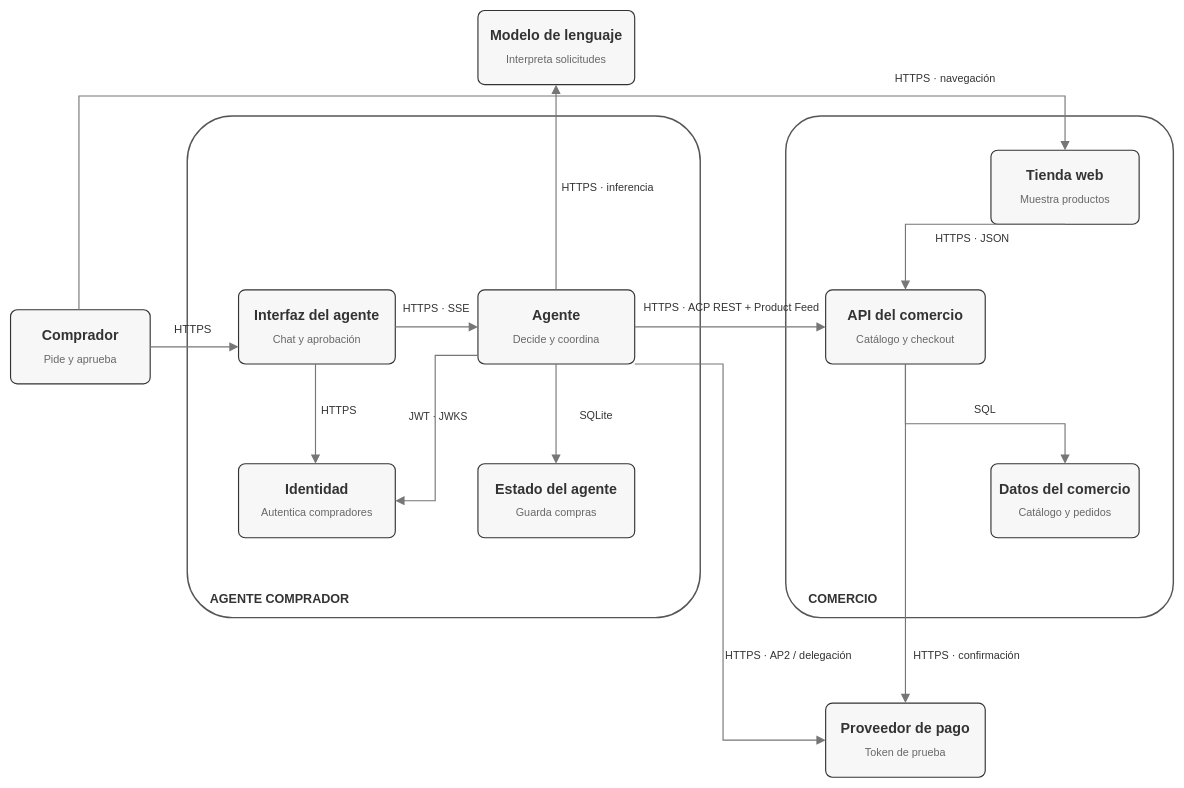
The draw.io diagram docs/diagrams/agent-architecture-c4.drawio in Tesis-Agentes-Comerciales/tesis-commerce-agent, before the edit. Source tidied: cells renumbered, new cells numbered last; positions are measured from the earlier drawing's top-left corner, leaving out a move shared by most shapes. Both pictures are drawn from the tidied source at 57%, with x=0, y=0 at pixel (10, 10).
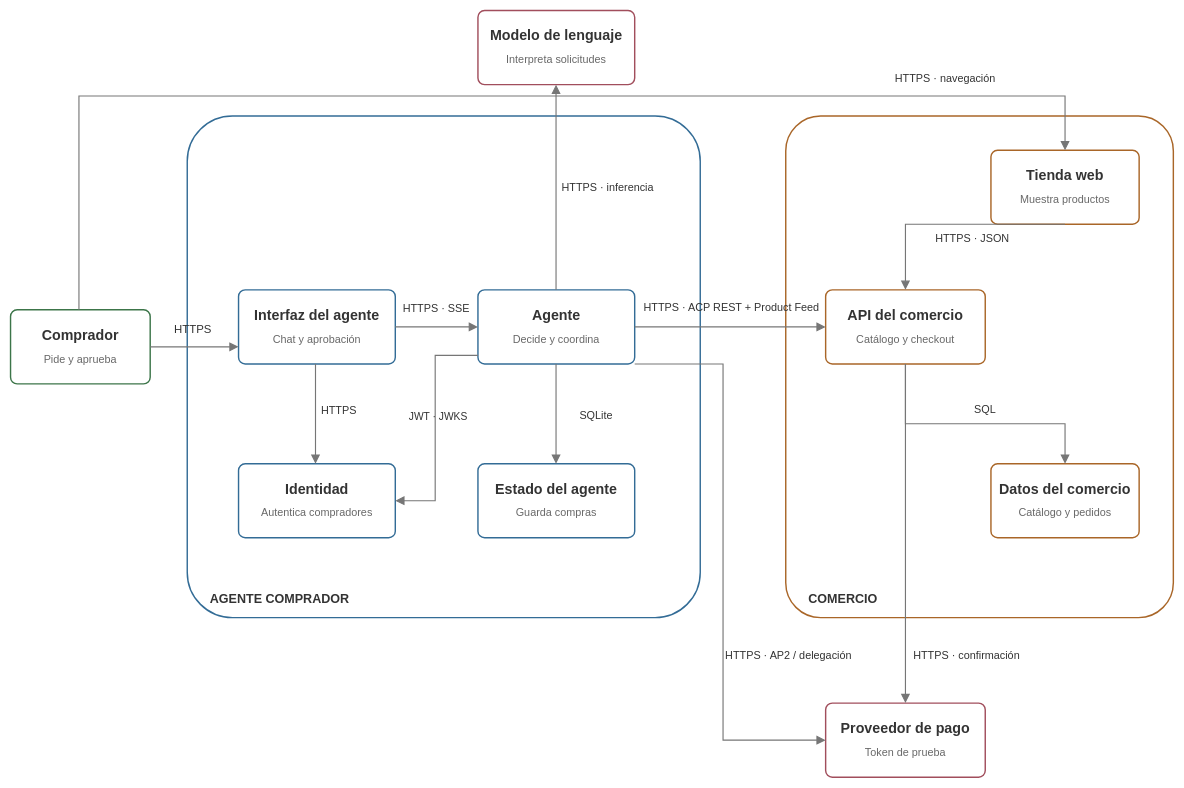
After the change.

Commit message (it also covers changes not shown here):
docs: add semantic outlines to architecture and state diagrams

Diff of the diagram source:
```diff
@@
-    <mxCell id="2" style="rounded=1;arcSize=9;whiteSpace=wrap;html=1;fillColor=#FFFFFF;strokeColor=#555555;strokeWidth=2.5;" parent="1" vertex="1">
+    <mxCell id="2" style="rounded=1;arcSize=9;whiteSpace=wrap;html=1;fillColor=#FFFFFF;strokeColor=#336C96;strokeWidth=2.5;" parent="1" vertex="1">
       <mxGeometry x="310" y="185" width="900" height="880" as="geometry" />
     </mxCell>
@@
-    <mxCell id="4" style="rounded=1;arcSize=9;whiteSpace=wrap;html=1;fillColor=#FFFFFF;strokeColor=#555555;strokeWidth=2.5;" parent="1" vertex="1">
+    <mxCell id="4" style="rounded=1;arcSize=9;whiteSpace=wrap;html=1;fillColor=#FFFFFF;strokeColor=#A96628;strokeWidth=2.5;" parent="1" vertex="1">
       <mxGeometry x="1360" y="185" width="680" height="880" as="geometry" />
     </mxCell>
@@
-    <mxCell id="6" style="rounded=1;arcSize=9;whiteSpace=wrap;html=1;fillColor=#F7F7F7;strokeColor=#333333;strokeWidth=2;" parent="1" vertex="1">
+    <mxCell id="6" style="rounded=1;arcSize=9;whiteSpace=wrap;html=1;fillColor=#FFFFFF;strokeColor=#3C7549;strokeWidth=2.5;" parent="1" vertex="1">
       <mxGeometry y="525" width="245" height="130" as="geometry" />
     </mxCell>
@@
-    <mxCell id="9" style="rounded=1;arcSize=9;whiteSpace=wrap;html=1;fillColor=#F7F7F7;strokeColor=#333333;strokeWidth=2;" parent="1" vertex="1">
+    <mxCell id="9" style="rounded=1;arcSize=9;whiteSpace=wrap;html=1;fillColor=#FFFFFF;strokeColor=#336C96;strokeWidth=2.5;" parent="1" vertex="1">
       <mxGeometry x="400" y="490" width="275" height="130" as="geometry" />
     </mxCell>
@@
-    <mxCell id="12" style="rounded=1;arcSize=9;whiteSpace=wrap;html=1;fillColor=#F7F7F7;strokeColor=#333333;strokeWidth=2;" parent="1" vertex="1">
+    <mxCell id="12" style="rounded=1;arcSize=9;whiteSpace=wrap;html=1;fillColor=#FFFFFF;strokeColor=#336C96;strokeWidth=2.5;" parent="1" vertex="1">
       <mxGeometry x="820" y="490" width="275" height="130" as="geometry" />
     </mxCell>
@@
-    <mxCell id="15" style="rounded=1;arcSize=9;whiteSpace=wrap;html=1;fillColor=#F7F7F7;strokeColor=#333333;strokeWidth=2;" parent="1" vertex="1">
+    <mxCell id="15" style="rounded=1;arcSize=9;whiteSpace=wrap;html=1;fillColor=#FFFFFF;strokeColor=#336C96;strokeWidth=2.5;" parent="1" vertex="1">
       <mxGeometry x="400" y="795" width="275" height="130" as="geometry" />
     </mxCell>
@@
-    <mxCell id="18" style="rounded=1;arcSize=9;whiteSpace=wrap;html=1;fillColor=#F7F7F7;strokeColor=#333333;strokeWidth=2;" parent="1" vertex="1">
+    <mxCell id="18" style="rounded=1;arcSize=9;whiteSpace=wrap;html=1;fillColor=#FFFFFF;strokeColor=#336C96;strokeWidth=2.5;" parent="1" vertex="1">
       <mxGeometry x="820" y="795" width="275" height="130" as="geometry" />
     </mxCell>
@@
-    <mxCell id="21" style="rounded=1;arcSize=9;whiteSpace=wrap;html=1;fillColor=#F7F7F7;strokeColor=#333333;strokeWidth=2;" parent="1" vertex="1">
+    <mxCell id="21" style="rounded=1;arcSize=9;whiteSpace=wrap;html=1;fillColor=#FFFFFF;strokeColor=#A96628;strokeWidth=2.5;" parent="1" vertex="1">
       <mxGeometry x="1430" y="490" width="280" height="130" as="geometry" />
     </mxCell>
@@
-    <mxCell id="24" style="rounded=1;arcSize=9;whiteSpace=wrap;html=1;fillColor=#F7F7F7;strokeColor=#333333;strokeWidth=2;" parent="1" vertex="1">
+    <mxCell id="24" style="rounded=1;arcSize=9;whiteSpace=wrap;html=1;fillColor=#FFFFFF;strokeColor=#A96628;strokeWidth=2.5;" parent="1" vertex="1">
       <mxGeometry x="1720" y="245" width="260" height="130" as="geometry" />
     </mxCell>
@@
-    <mxCell id="27" style="rounded=1;arcSize=9;whiteSpace=wrap;html=1;fillColor=#F7F7F7;strokeColor=#333333;strokeWidth=2;" parent="1" vertex="1">
+    <mxCell id="27" style="rounded=1;arcSize=9;whiteSpace=wrap;html=1;fillColor=#FFFFFF;strokeColor=#A96628;strokeWidth=2.5;" parent="1" vertex="1">
       <mxGeometry x="1720" y="795" width="260" height="130" as="geometry" />
     </mxCell>
@@
-    <mxCell id="30" style="rounded=1;arcSize=9;whiteSpace=wrap;html=1;fillColor=#F7F7F7;strokeColor=#333333;strokeWidth=2;" parent="1" vertex="1">
+    <mxCell id="30" style="rounded=1;arcSize=9;whiteSpace=wrap;html=1;fillColor=#FFFFFF;strokeColor=#A14E5C;strokeWidth=2.5;" parent="1" vertex="1">
       <mxGeometry x="820" width="275" height="130" as="geometry" />
     </mxCell>
@@
-    <mxCell id="33" style="rounded=1;arcSize=9;whiteSpace=wrap;html=1;fillColor=#F7F7F7;strokeColor=#333333;strokeWidth=2;" parent="1" vertex="1">
+    <mxCell id="33" style="rounded=1;arcSize=9;whiteSpace=wrap;html=1;fillColor=#FFFFFF;strokeColor=#A14E5C;strokeWidth=2.5;" parent="1" vertex="1">
       <mxGeometry x="1430" y="1215" width="280" height="130" as="geometry" />
     </mxCell>
```
